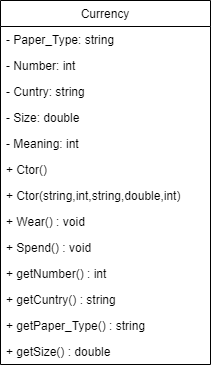
The draw.io diagram Untitled Diagram.drawio.png in InkaShev7777/UML, before a commit. Source tidied: cells renumbered, new cells last; positions are measured from the earlier drawing's top-left corner, leaving out a move shared by most shapes.
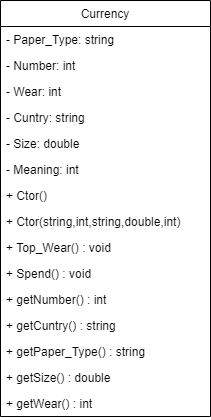
Later version of the same file.

Diff of the diagram source:
```diff
@@ -3,7 +3,7 @@
     <mxCell id="0" />
     <mxCell id="1" parent="0" />
     <mxCell id="2" value="Currency" style="swimlane;fontStyle=0;horizontal=1;startSize=26;fillColor=none;" parent="1" vertex="1">
-      <mxGeometry width="210" height="364" as="geometry" />
+      <mxGeometry width="210" height="416" as="geometry" />
     </mxCell>
     <mxCell id="3" value="- Paper_Type: string" style="text;strokeColor=none;fillColor=none;align=left;verticalAlign=top;spacingLeft=4;spacingRight=4;overflow=hidden;" parent="2" vertex="1">
       <mxGeometry y="26" width="210" height="26" as="geometry" />
@@ -11,38 +11,44 @@
     <mxCell id="4" value="- Number: int" style="text;strokeColor=none;fillColor=none;align=left;verticalAlign=top;spacingLeft=4;spacingRight=4;overflow=hidden;" parent="2" vertex="1">
       <mxGeometry y="52" width="210" height="26" as="geometry" />
     </mxCell>
+    <mxCell id="16" value="- Wear: int" style="text;strokeColor=none;fillColor=none;align=left;verticalAlign=top;spacingLeft=4;spacingRight=4;overflow=hidden;" parent="2" vertex="1">
+      <mxGeometry y="78" width="210" height="26" as="geometry" />
+    </mxCell>
     <mxCell id="5" value="- Cuntry: string" style="text;strokeColor=none;fillColor=none;align=left;verticalAlign=top;spacingLeft=4;spacingRight=4;overflow=hidden;" parent="2" vertex="1">
-      <mxGeometry y="78" width="210" height="26" as="geometry" />
+      <mxGeometry y="104" width="210" height="26" as="geometry" />
     </mxCell>
     <mxCell id="6" value="- Size: double" style="text;strokeColor=none;fillColor=none;align=left;verticalAlign=top;spacingLeft=4;spacingRight=4;overflow=hidden;" parent="2" vertex="1">
-      <mxGeometry y="104" width="210" height="26" as="geometry" />
+      <mxGeometry y="130" width="210" height="26" as="geometry" />
     </mxCell>
     <mxCell id="7" value="- Meaning: int" style="text;strokeColor=none;fillColor=none;align=left;verticalAlign=top;spacingLeft=4;spacingRight=4;overflow=hidden;" parent="2" vertex="1">
-      <mxGeometry y="130" width="210" height="26" as="geometry" />
+      <mxGeometry y="156" width="210" height="26" as="geometry" />
     </mxCell>
     <mxCell id="8" value="+ Ctor()" style="text;strokeColor=none;fillColor=none;align=left;verticalAlign=top;spacingLeft=4;spacingRight=4;overflow=hidden;" parent="2" vertex="1">
-      <mxGeometry y="156" width="210" height="26" as="geometry" />
+      <mxGeometry y="182" width="210" height="26" as="geometry" />
     </mxCell>
     <mxCell id="9" value="+ Ctor(string,int,string,double,int)" style="text;strokeColor=none;fillColor=none;align=left;verticalAlign=top;spacingLeft=4;spacingRight=4;overflow=hidden;" parent="2" vertex="1">
-      <mxGeometry y="182" width="210" height="26" as="geometry" />
+      <mxGeometry y="208" width="210" height="26" as="geometry" />
     </mxCell>
-    <mxCell id="10" value="+ Wear() : void" style="text;strokeColor=none;fillColor=none;align=left;verticalAlign=top;spacingLeft=4;spacingRight=4;overflow=hidden;" parent="2" vertex="1">
-      <mxGeometry y="208" width="210" height="26" as="geometry" />
+    <mxCell id="10" value="+ Top_Wear() : void" style="text;strokeColor=none;fillColor=none;align=left;verticalAlign=top;spacingLeft=4;spacingRight=4;overflow=hidden;" parent="2" vertex="1">
+      <mxGeometry y="234" width="210" height="26" as="geometry" />
     </mxCell>
     <mxCell id="11" value="+ Spend() : void" style="text;strokeColor=none;fillColor=none;align=left;verticalAlign=top;spacingLeft=4;spacingRight=4;overflow=hidden;" parent="2" vertex="1">
-      <mxGeometry y="234" width="210" height="26" as="geometry" />
+      <mxGeometry y="260" width="210" height="26" as="geometry" />
     </mxCell>
     <mxCell id="12" value="+ getNumber() : int" style="text;strokeColor=none;fillColor=none;align=left;verticalAlign=top;spacingLeft=4;spacingRight=4;overflow=hidden;" parent="2" vertex="1">
-      <mxGeometry y="260" width="210" height="26" as="geometry" />
+      <mxGeometry y="286" width="210" height="26" as="geometry" />
     </mxCell>
     <mxCell id="13" value="+ getCuntry() : string" style="text;strokeColor=none;fillColor=none;align=left;verticalAlign=top;spacingLeft=4;spacingRight=4;overflow=hidden;" parent="2" vertex="1">
-      <mxGeometry y="286" width="210" height="26" as="geometry" />
+      <mxGeometry y="312" width="210" height="26" as="geometry" />
     </mxCell>
     <mxCell id="14" value="+ getPaper_Type() : string" style="text;strokeColor=none;fillColor=none;align=left;verticalAlign=top;spacingLeft=4;spacingRight=4;overflow=hidden;" parent="2" vertex="1">
-      <mxGeometry y="312" width="210" height="26" as="geometry" />
+      <mxGeometry y="338" width="210" height="26" as="geometry" />
     </mxCell>
     <mxCell id="15" value="+ getSize() : double" style="text;strokeColor=none;fillColor=none;align=left;verticalAlign=top;spacingLeft=4;spacingRight=4;overflow=hidden;" parent="2" vertex="1">
-      <mxGeometry y="338" width="210" height="26" as="geometry" />
+      <mxGeometry y="364" width="210" height="26" as="geometry" />
     </mxCell>
+    <mxCell id="17" value="+ getWear() : int" style="text;strokeColor=none;fillColor=none;align=left;verticalAlign=top;spacingLeft=4;spacingRight=4;overflow=hidden;" parent="2" vertex="1">
+      <mxGeometry y="390" width="210" height="26" as="geometry" />
+    </mxCell>
   </root>
 </mxGraphModel>
```
